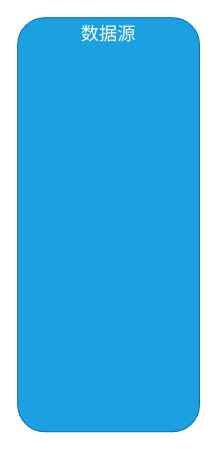
Earlier version of the draw.io diagram DW.drawio (starzy1990/diagrams). Source tidied: cells renumbered, new cells numbered last; positions are measured from the earlier drawing's top-left corner, leaving out a move shared by most shapes. Both pictures are drawn from the tidied source at 101%, with x=0, y=0 at pixel (17, 17).
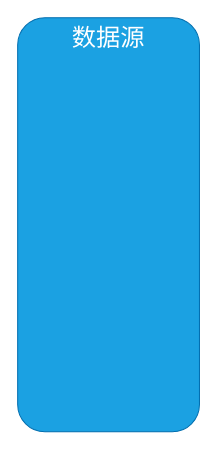
The same page after the edit.

What changed in the source:
```diff
@@
 <mxGraphModel>
   <root>
     <mxCell id="0" />
     <mxCell id="1" parent="0" />
-    <mxCell id="2" value="数据源" style="rounded=1;whiteSpace=wrap;html=1;fillColor=#1ba1e2;strokeColor=#006EAF;fontColor=#ffffff;verticalAlign=top;fontSize=18;" parent="1" vertex="1">
+    <mxCell id="2" value="数据源" style="rounded=1;whiteSpace=wrap;html=1;fillColor=#1ba1e2;strokeColor=#006EAF;fontColor=#ffffff;verticalAlign=top;fontSize=24;" parent="1" vertex="1">
       <mxGeometry width="180" height="410" as="geometry" />
     </mxCell>
   </root>
 </mxGraphModel>
```
